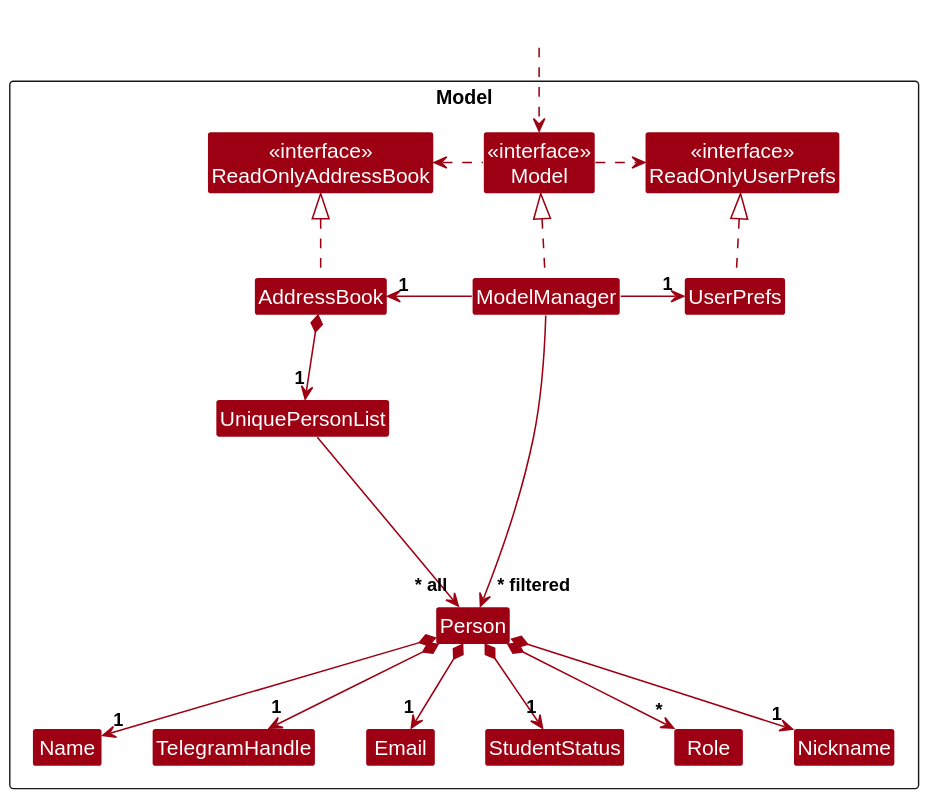
The PlantUML diagram docs/diagrams/ModelClassDiagram.svg in nus-cs2103-AY2425S1/tp, before a commit. Its diagram source:
```plantuml
@startuml
!include style.puml
skinparam arrowThickness 1.1
skinparam arrowColor MODEL_COLOR
skinparam classBackgroundColor MODEL_COLOR

Package Model as ModelPackage <<Rectangle>>{
Class "<<interface>>\nReadOnlyAddressBook" as ReadOnlyAddressBook
Class "<<interface>>\nReadOnlyUserPrefs" as ReadOnlyUserPrefs
Class "<<interface>>\nModel" as Model
Class AddressBook
Class ModelManager
Class UserPrefs

Class UniquePersonList
Class Person
Class Name
Class TelegramHandle
Class Email
Class Role
Class StudentStatus
Class Nickname

Class I #FFFFFF
}

Class HiddenOutside #FFFFFF
HiddenOutside ..> Model

AddressBook .up.|> ReadOnlyAddressBook

ModelManager .up.|> Model
Model .right.> ReadOnlyUserPrefs
Model .left.> ReadOnlyAddressBook
ModelManager -left-> "1" AddressBook
ModelManager -right-> "1" UserPrefs
UserPrefs .up.|> ReadOnlyUserPrefs

AddressBook *--> "1" UniquePersonList
UniquePersonList --> "~* all" Person
Person *--> "1" Name
Person *--> "1" TelegramHandle
Person *--> "1" Email
Person *--> "1" StudentStatus
Person *--> "*" Role
Person *--> "1" Nickname

Person -[hidden]up--> I
UniquePersonList -[hidden]right-> I

Name -[hidden]right-> TelegramHandle
TelegramHandle -[hidden]right-> Email
Email -[hidden]right-> StudentStatus
StudentStatus -[hidden]right-> Role
Role -[hidden]right-> Nickname


ModelManager --> "~* filtered" Person
@enduml
```
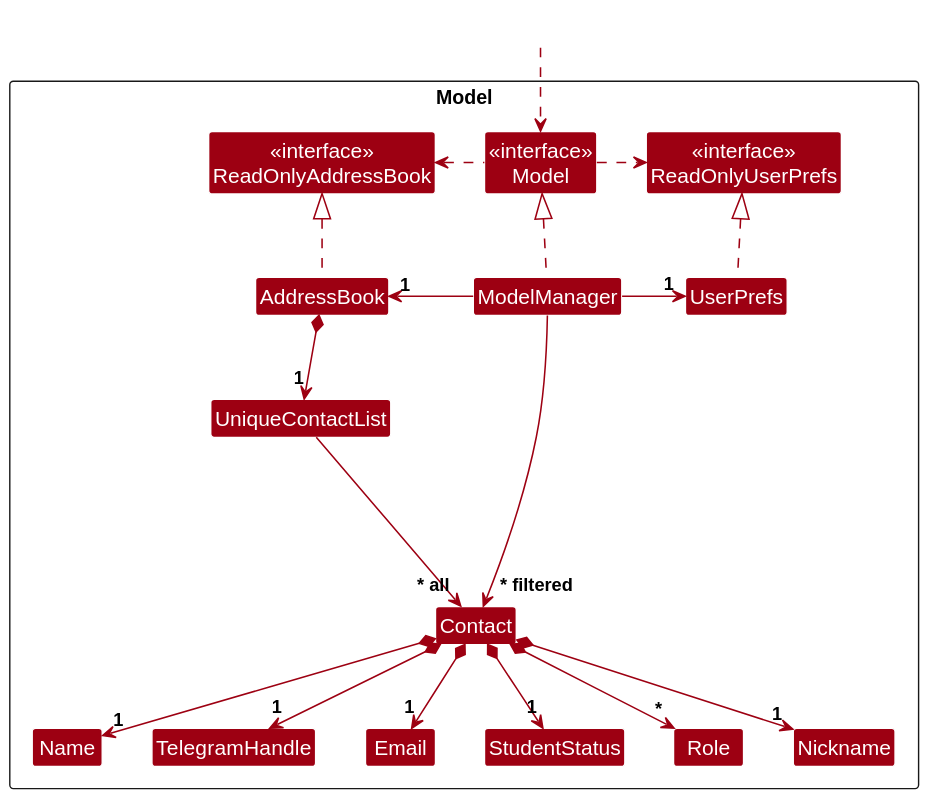
Later version of the same file.

The edit, as a diff of the source:
```diff
@@ -12,8 +12,8 @@
 Class ModelManager
 Class UserPrefs
 
-Class UniquePersonList
-Class Person
+Class UniqueContactList
+Class Contact
 Class Name
 Class TelegramHandle
 Class Email
@@ -36,17 +36,17 @@
 ModelManager -right-> "1" UserPrefs
 UserPrefs .up.|> ReadOnlyUserPrefs
 
-AddressBook *--> "1" UniquePersonList
-UniquePersonList --> "~* all" Person
-Person *--> "1" Name
-Person *--> "1" TelegramHandle
-Person *--> "1" Email
-Person *--> "1" StudentStatus
-Person *--> "*" Role
-Person *--> "1" Nickname
+AddressBook *--> "1" UniqueContactList
+UniqueContactList --> "~* all" Contact
+Contact *--> "1" Name
+Contact *--> "1" TelegramHandle
+Contact *--> "1" Email
+Contact *--> "1" StudentStatus
+Contact *--> "*" Role
+Contact *--> "1" Nickname
 
-Person -[hidden]up--> I
-UniquePersonList -[hidden]right-> I
+Contact -[hidden]up--> I
+UniqueContactList -[hidden]right-> I
 
 Name -[hidden]right-> TelegramHandle
 TelegramHandle -[hidden]right-> Email
@@ -55,5 +55,5 @@
 Role -[hidden]right-> Nickname
 
 
-ModelManager --> "~* filtered" Person
+ModelManager --> "~* filtered" Contact
 @enduml
```
